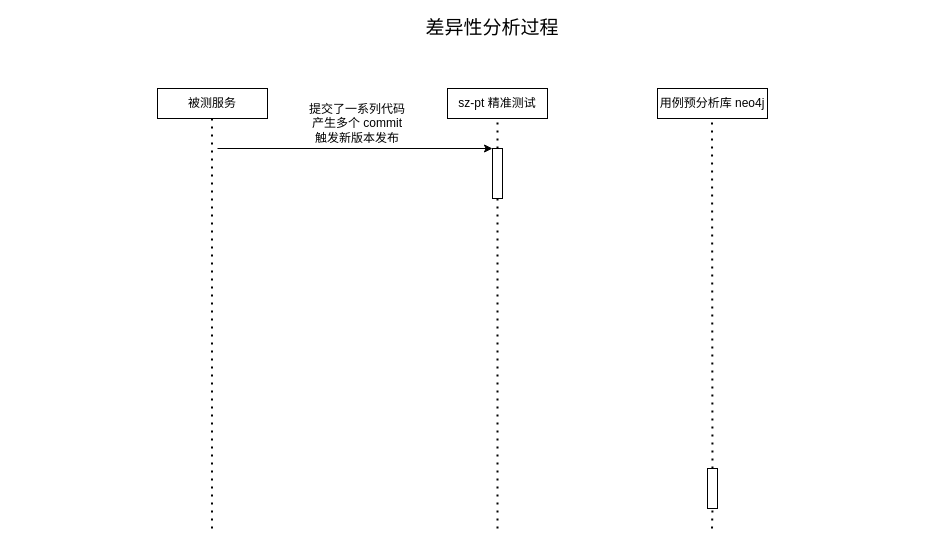
KeatonLi/pictures keeps this draw.io diagram as draw.io/差异性分析过程.drawio. Above is the earlier version. Source tidied: cells renumbered, new cells numbered last; positions are measured from the earlier drawing's top-left corner, leaving out a move shared by most shapes. Both pictures are drawn from the tidied source at 100%, with x=0, y=0 at pixel (157, 18).
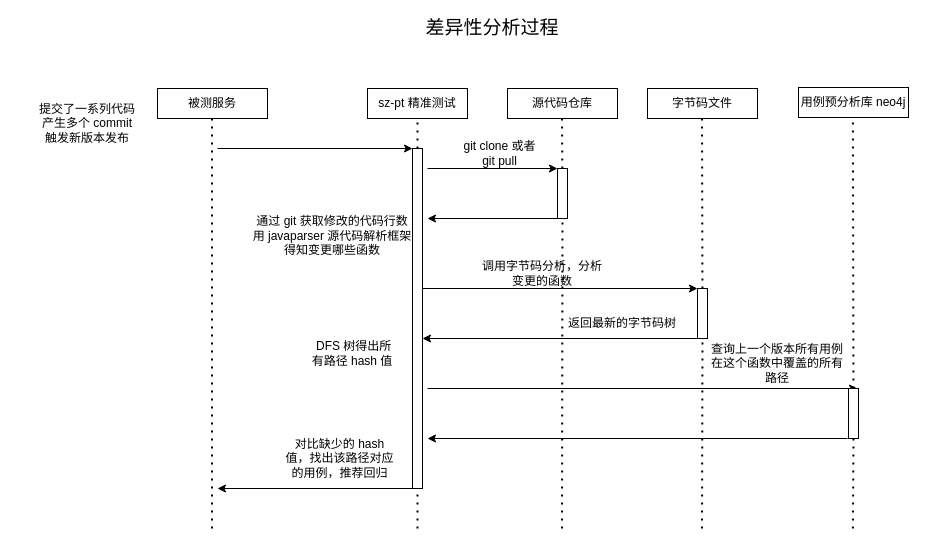
The same diagram, later.

Commit message (it also covers changes not shown here):
更新差异性分析过程.drawio

What changed in the source:
```diff
@@
     <mxCell id="2" value="sz-pt 精准测试" style="rounded=0;whiteSpace=wrap;html=1;" parent="1" vertex="1">
-      <mxGeometry x="290" y="70" width="100" height="30" as="geometry" />
+      <mxGeometry x="210" y="70" width="100" height="30" as="geometry" />
     </mxCell>
@@
     <mxCell id="4" value="用例预分析库 neo4j" style="rounded=0;whiteSpace=wrap;html=1;" parent="1" vertex="1">
-      <mxGeometry x="500" y="70" width="110" height="30" as="geometry" />
+      <mxGeometry x="641" y="69" width="110" height="30" as="geometry" />
     </mxCell>
-    <mxCell id="5" style="endArrow=none;dashed=1;html=1;dashPattern=1 3;strokeWidth=2;rounded=0;entryX=0.5;entryY=1;entryDx=0;entryDy=0;" parent="1" edge="1" source="7">
-      <mxGeometry relative="1" as="geometry">
-        <mxPoint x="554.5" y="100" as="targetPoint" />
-      </mxGeometry>
-    </mxCell>
-    <mxCell id="6" style="endArrow=none;dashed=1;html=1;dashPattern=1 3;strokeWidth=2;rounded=0;entryX=0.5;entryY=1;entryDx=0;entryDy=0;" parent="1" edge="1" target="7">
-      <mxGeometry relative="1" as="geometry">
-        <mxPoint x="554.5" y="510" as="sourcePoint" />
-      </mxGeometry>
-    </mxCell>
-    <mxCell id="7" style="rounded=0;whiteSpace=wrap;html=1;" parent="1" vertex="1">
-      <mxGeometry x="550" y="450" width="10" height="40" as="geometry" />
-    </mxCell>
@@
     <mxCell id="11" value="提交了一系列代码&lt;br&gt;产生多个 commit&lt;br&gt;触发新版本发布" style="text;html=1;align=center;verticalAlign=middle;whiteSpace=wrap;rounded=0;" parent="1" vertex="1">
-      <mxGeometry x="130" y="90" width="140" height="30" as="geometry" />
+      <mxGeometry x="-140" y="90" width="140" height="30" as="geometry" />
     </mxCell>
@@
     <mxCell id="13" style="endArrow=none;dashed=1;html=1;dashPattern=1 3;strokeWidth=2;rounded=0;entryX=0.5;entryY=1;entryDx=0;entryDy=0;" parent="1" edge="1" target="14">
       <mxGeometry relative="1" as="geometry">
-        <mxPoint x="340" y="510" as="sourcePoint" />
+        <mxPoint x="260" y="510" as="sourcePoint" />
       </mxGeometry>
     </mxCell>
     <mxCell id="14" style="rounded=0;whiteSpace=wrap;html=1;" parent="1" vertex="1">
-      <mxGeometry x="335" y="130" width="10" height="50" as="geometry" />
+      <mxGeometry x="255" y="130" width="10" height="340" as="geometry" />
     </mxCell>
+    <mxCell id="15" value="&lt;br&gt;通过 git 获取修改的代码行数&lt;br&gt;用 javaparser 源代码解析框架&lt;br&gt;得知变更哪些函数" style="text;html=1;align=center;verticalAlign=middle;whiteSpace=wrap;rounded=0;" parent="1" vertex="1">
+      <mxGeometry x="90" y="190" width="170" height="40" as="geometry" />
+    </mxCell>
+    <mxCell id="16" value="源代码仓库" style="rounded=0;whiteSpace=wrap;html=1;" parent="1" vertex="1">
+      <mxGeometry x="350" y="70" width="110" height="30" as="geometry" />
+    </mxCell>
+    <mxCell id="17" style="endArrow=none;dashed=1;html=1;dashPattern=1 3;strokeWidth=2;rounded=0;entryX=0.5;entryY=1;entryDx=0;entryDy=0;" parent="1" edge="1" source="23">
+      <mxGeometry relative="1" as="geometry">
+        <mxPoint x="404.5" y="100" as="targetPoint" />
+      </mxGeometry>
+    </mxCell>
+    <mxCell id="18" value="字节码文件" style="rounded=0;whiteSpace=wrap;html=1;" parent="1" vertex="1">
+      <mxGeometry x="490" y="70" width="110" height="30" as="geometry" />
+    </mxCell>
+    <mxCell id="19" style="endArrow=none;dashed=1;html=1;dashPattern=1 3;strokeWidth=2;rounded=0;entryX=0.5;entryY=1;entryDx=0;entryDy=0;" parent="1" edge="1" source="28">
+      <mxGeometry relative="1" as="geometry">
+        <mxPoint x="544.5" y="100" as="targetPoint" />
+      </mxGeometry>
+    </mxCell>
+    <mxCell id="20" style="endArrow=none;dashed=1;html=1;dashPattern=1 3;strokeWidth=2;rounded=0;entryX=0.5;entryY=1;entryDx=0;entryDy=0;" parent="1" edge="1" source="36">
+      <mxGeometry relative="1" as="geometry">
+        <mxPoint x="695.4" y="100" as="targetPoint" />
+      </mxGeometry>
+    </mxCell>
+    <mxCell id="21" style="endArrow=classic;html=1;rounded=0;" parent="1" edge="1">
+      <mxGeometry relative="1" as="geometry">
+        <mxPoint x="270" y="150" as="sourcePoint" />
+        <mxPoint x="400" y="150" as="targetPoint" />
+      </mxGeometry>
+    </mxCell>
+    <mxCell id="22" style="endArrow=none;dashed=1;html=1;dashPattern=1 3;strokeWidth=2;rounded=0;entryX=0.5;entryY=1;entryDx=0;entryDy=0;" parent="1" edge="1" target="23">
+      <mxGeometry relative="1" as="geometry">
+        <mxPoint x="404.5" y="510" as="sourcePoint" />
+      </mxGeometry>
+    </mxCell>
+    <mxCell id="23" style="rounded=0;whiteSpace=wrap;html=1;" parent="1" vertex="1">
+      <mxGeometry x="400" y="150" width="10" height="50" as="geometry" />
+    </mxCell>
+    <mxCell id="24" value="git clone 或者 git pull" style="text;html=1;align=center;verticalAlign=middle;whiteSpace=wrap;rounded=0;" parent="1" vertex="1">
+      <mxGeometry x="305" y="120" width="75" height="30" as="geometry" />
+    </mxCell>
+    <mxCell id="25" style="endArrow=classic;html=1;rounded=0;exitX=0;exitY=1;exitDx=0;exitDy=0;" parent="1" edge="1" source="23">
+      <mxGeometry relative="1" as="geometry">
+        <mxPoint x="270" y="200" as="targetPoint" />
+      </mxGeometry>
+    </mxCell>
+    <mxCell id="26" style="endArrow=classic;html=1;rounded=0;entryX=0;entryY=0;entryDx=0;entryDy=0;" parent="1" edge="1" target="28">
+      <mxGeometry relative="1" as="geometry">
+        <mxPoint x="265" y="270" as="sourcePoint" />
+      </mxGeometry>
+    </mxCell>
+    <mxCell id="27" style="endArrow=none;dashed=1;html=1;dashPattern=1 3;strokeWidth=2;rounded=0;entryX=0.5;entryY=1;entryDx=0;entryDy=0;" parent="1" edge="1" target="28">
+      <mxGeometry relative="1" as="geometry">
+        <mxPoint x="544.5" y="510" as="sourcePoint" />
+      </mxGeometry>
+    </mxCell>
+    <mxCell id="28" style="rounded=0;whiteSpace=wrap;html=1;" parent="1" vertex="1">
+      <mxGeometry x="540" y="270" width="10" height="50" as="geometry" />
+    </mxCell>
+    <mxCell id="29" value="调用字节码分析，分析变更的函数" style="text;html=1;align=center;verticalAlign=middle;whiteSpace=wrap;rounded=0;" parent="1" vertex="1">
+      <mxGeometry x="320" y="240" width="130" height="30" as="geometry" />
+    </mxCell>
+    <mxCell id="30" style="endArrow=classic;html=1;rounded=0;exitX=0;exitY=1;exitDx=0;exitDy=0;exitPerimeter=0;" parent="1" edge="1" source="28">
+      <mxGeometry relative="1" as="geometry">
+        <mxPoint x="265" y="320" as="targetPoint" />
+      </mxGeometry>
+    </mxCell>
+    <mxCell id="31" value="返回最新的字节码树" style="text;html=1;align=center;verticalAlign=middle;whiteSpace=wrap;rounded=0;" parent="1" vertex="1">
+      <mxGeometry x="410" y="290" width="110" height="30" as="geometry" />
+    </mxCell>
+    <mxCell id="32" value="&amp;nbsp;DFS 树得出所有路径 hash 值" style="text;html=1;align=center;verticalAlign=middle;whiteSpace=wrap;rounded=0;" parent="1" vertex="1">
+      <mxGeometry x="150" y="320" width="90" height="30" as="geometry" />
+    </mxCell>
+    <mxCell id="33" style="endArrow=classic;html=1;rounded=0;" parent="1" edge="1">
+      <mxGeometry relative="1" as="geometry">
+        <mxPoint x="270" y="370" as="sourcePoint" />
+        <mxPoint x="700" y="370" as="targetPoint" />
+      </mxGeometry>
+    </mxCell>
+    <mxCell id="34" value="查询上一个版本所有用例在这个函数中覆盖的所有路径" style="text;html=1;align=center;verticalAlign=middle;whiteSpace=wrap;rounded=0;" parent="1" vertex="1">
+      <mxGeometry x="550" y="330" width="140" height="30" as="geometry" />
+    </mxCell>
+    <mxCell id="35" style="endArrow=none;dashed=1;html=1;dashPattern=1 3;strokeWidth=2;rounded=0;entryX=0.5;entryY=1;entryDx=0;entryDy=0;" parent="1" edge="1" target="36">
+      <mxGeometry relative="1" as="geometry">
+        <mxPoint x="695.4" y="510" as="sourcePoint" />
+      </mxGeometry>
+    </mxCell>
+    <mxCell id="36" style="rounded=0;whiteSpace=wrap;html=1;" parent="1" vertex="1">
+      <mxGeometry x="691" y="370" width="10" height="50" as="geometry" />
+    </mxCell>
+    <mxCell id="37" style="endArrow=classic;html=1;rounded=0;" parent="1" edge="1">
+      <mxGeometry relative="1" as="geometry">
+        <mxPoint x="690" y="420" as="sourcePoint" />
+        <mxPoint x="270" y="420" as="targetPoint" />
+      </mxGeometry>
+    </mxCell>
+    <mxCell id="38" value="对比缺少的 hash 值，找出该路径对应的用例，推荐回归" style="text;html=1;align=center;verticalAlign=middle;whiteSpace=wrap;rounded=0;" parent="1" vertex="1">
+      <mxGeometry x="125" y="420" width="115" height="40" as="geometry" />
+    </mxCell>
+    <mxCell id="39" style="endArrow=classic;html=1;rounded=0;" parent="1" edge="1">
+      <mxGeometry relative="1" as="geometry">
+        <mxPoint x="260" y="470" as="sourcePoint" />
+        <mxPoint x="60" y="470" as="targetPoint" />
+      </mxGeometry>
+    </mxCell>
```
